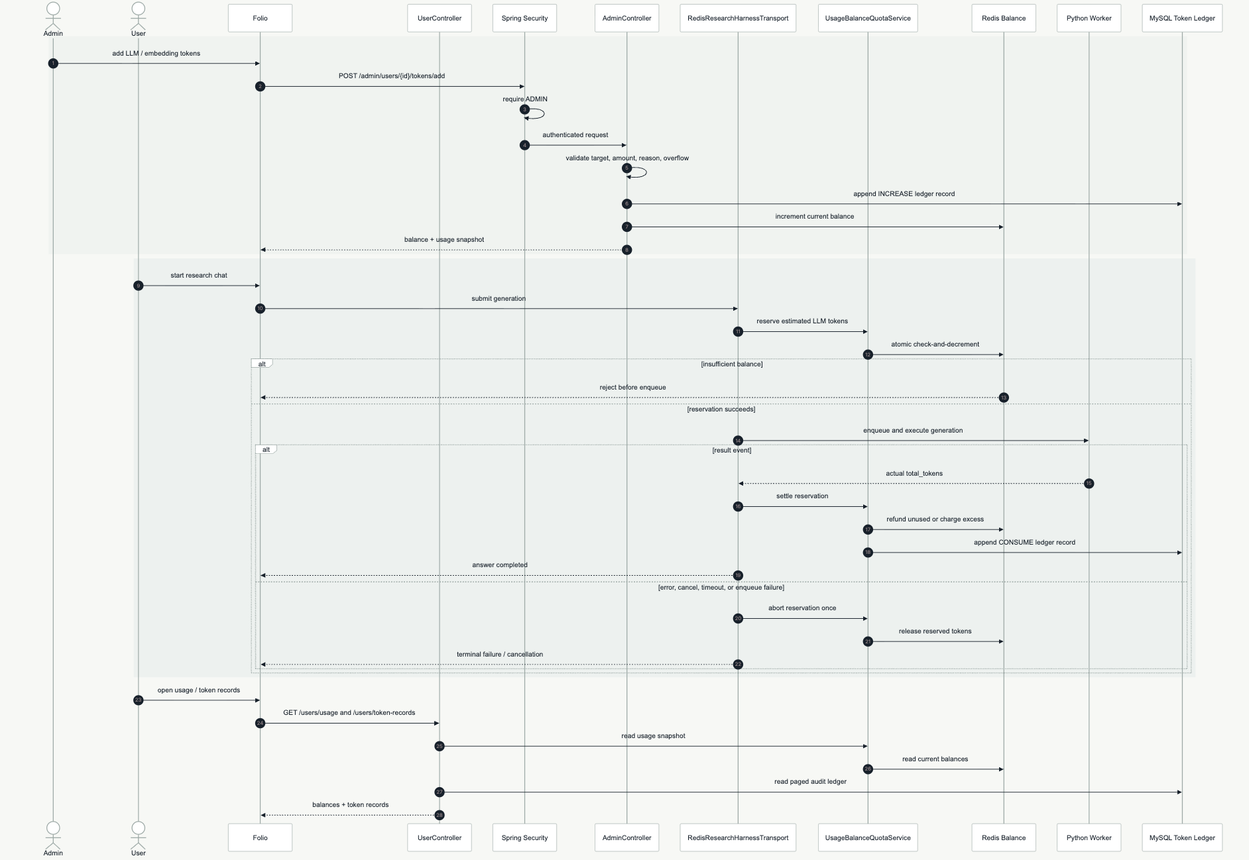
The Mermaid diagram site/public/images/runtime-token-accounting.png in CHZarles/paperloom, before a commit. Its source is kept beside it as site/diagrams/runtime-token-accounting.mmd.
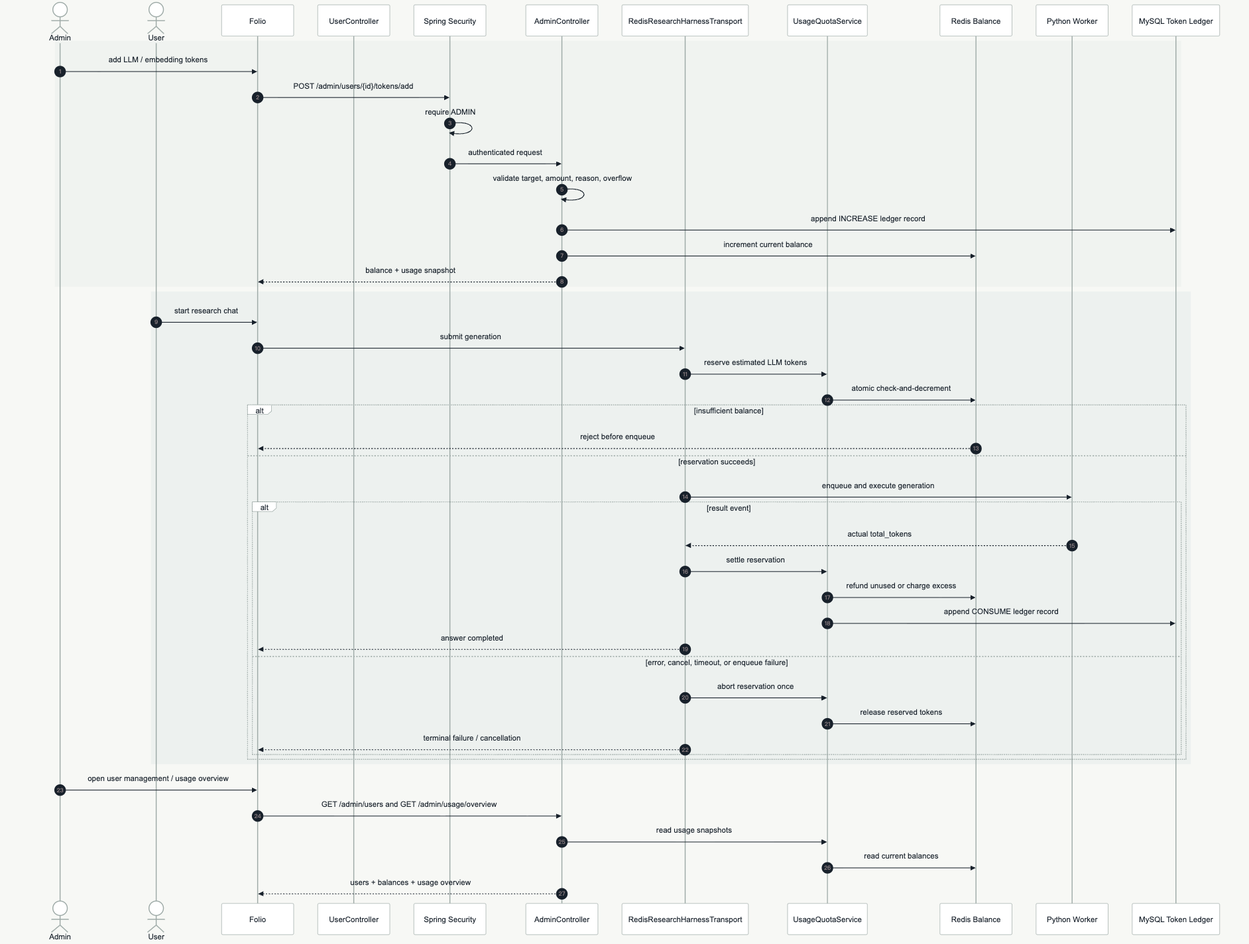
Above is the later version.

What changed in the source:
```diff
@@ -7,7 +7,7 @@
     participant Security as Spring Security
     participant AdminAPI as AdminController
     participant Transport as RedisResearchHarnessTransport
-    participant Quota as UsageBalanceQuotaService
+    participant Quota as UsageQuotaService
     participant Redis as Redis Balance
     participant Worker as Python Worker
     participant MySQL as MySQL Token Ledger
@@ -44,9 +44,8 @@
             end
         end
     end
-    User->>Folio: open usage / token records
-    Folio->>UserAPI: GET /users/usage and /users/token-records
-    UserAPI->>Quota: read usage snapshot
+    Admin->>Folio: open user management / usage overview
+    Folio->>AdminAPI: GET /admin/users and GET /admin/usage/overview
+    AdminAPI->>Quota: read usage snapshots
     Quota->>Redis: read current balances
-    UserAPI->>MySQL: read paged audit ledger
-    UserAPI-->>Folio: balances + token records
+    AdminAPI-->>Folio: users + balances + usage overview
```
